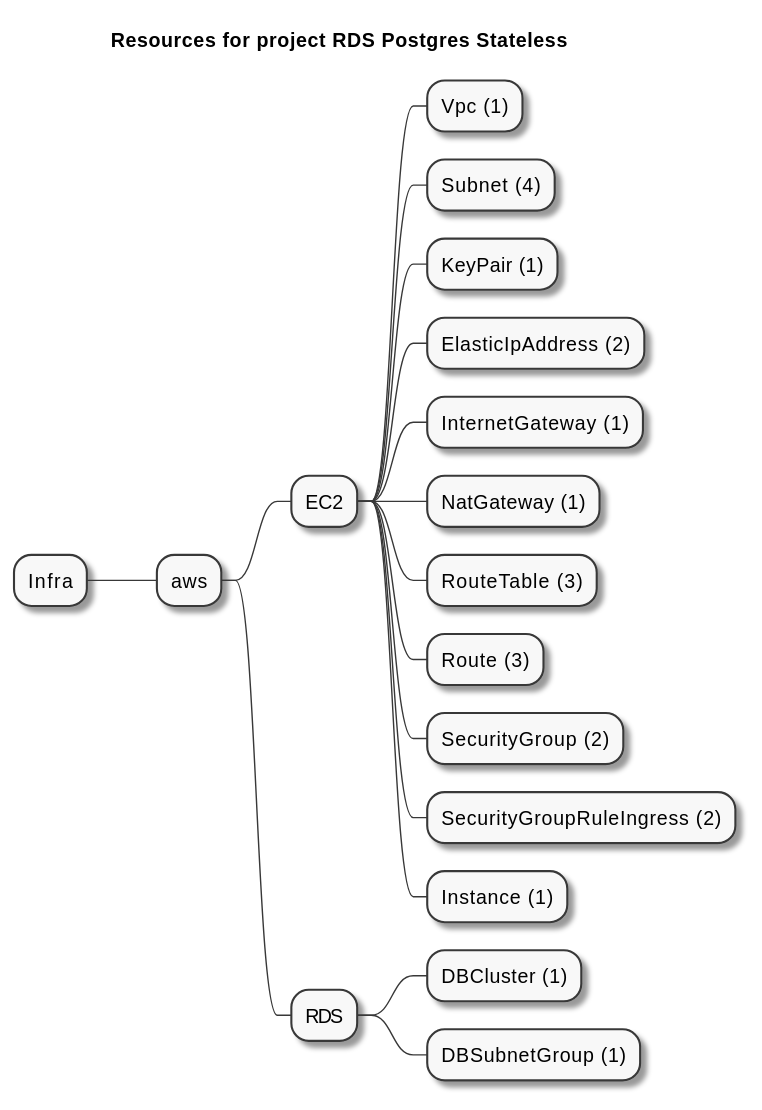
Above: examples/aws/rds/postgres-stateless/artifacts/resources-mindmap.svg in grucloud/grucloud (PlantUML), before the change. Its diagram source:
```plantuml
@startmindmap
title Resources for project RDS Postgres Stateless
skinparam monochrome true
+ Infra
++ aws
+++ EC2
++++ Vpc (1)
++++ Subnet (4)
++++ KeyPair (1)
++++ ElasticIpAddress (2)
++++ InternetGateway (1)
++++ NatGateway (1)
++++ RouteTable (3)
++++ Route (3)
++++ SecurityGroup (2)
++++ SecurityGroupRuleIngress (2)
++++ Instance (1)
+++ RDS
++++ DBCluster (1)
++++ DBSubnetGroup (1)
@endmindmap
```
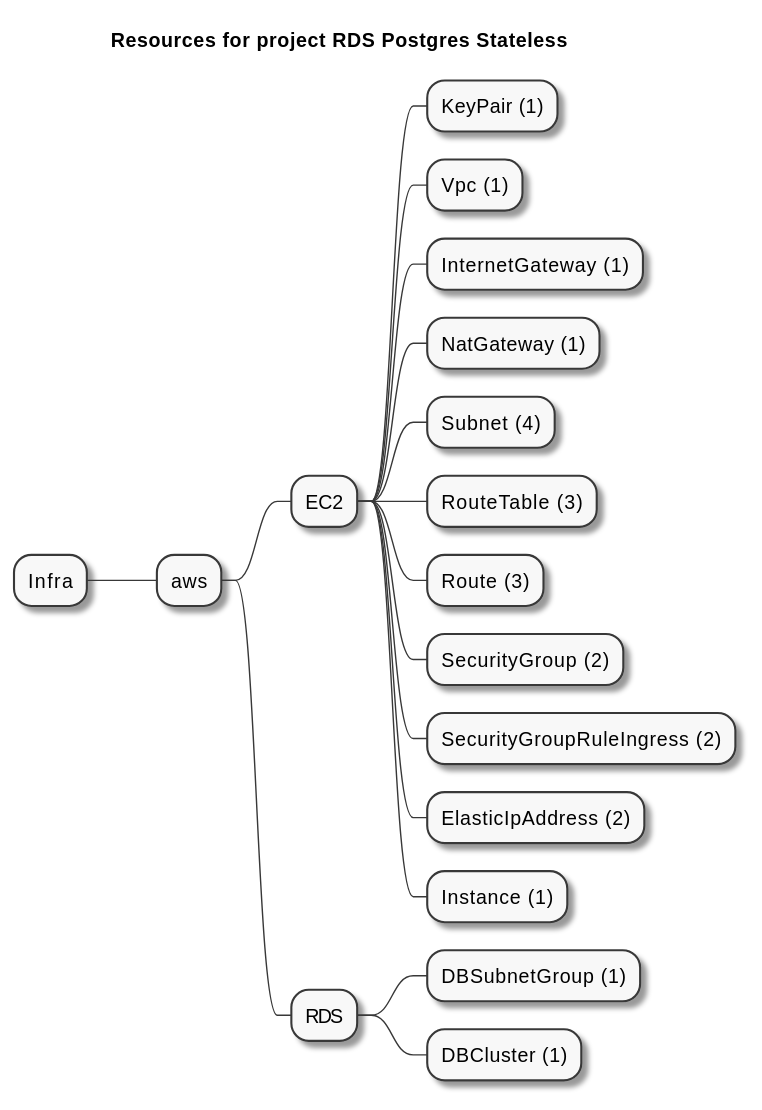
The same diagram one commit later.

Change to the diagram source:
```diff
@@ -4,18 +4,18 @@
 + Infra
 ++ aws
 +++ EC2
+++++ KeyPair (1)
 ++++ Vpc (1)
-++++ Subnet (4)
-++++ KeyPair (1)
-++++ ElasticIpAddress (2)
 ++++ InternetGateway (1)
 ++++ NatGateway (1)
+++++ Subnet (4)
 ++++ RouteTable (3)
 ++++ Route (3)
 ++++ SecurityGroup (2)
 ++++ SecurityGroupRuleIngress (2)
+++++ ElasticIpAddress (2)
 ++++ Instance (1)
 +++ RDS
+++++ DBSubnetGroup (1)
 ++++ DBCluster (1)
-++++ DBSubnetGroup (1)
 @endmindmap
```
